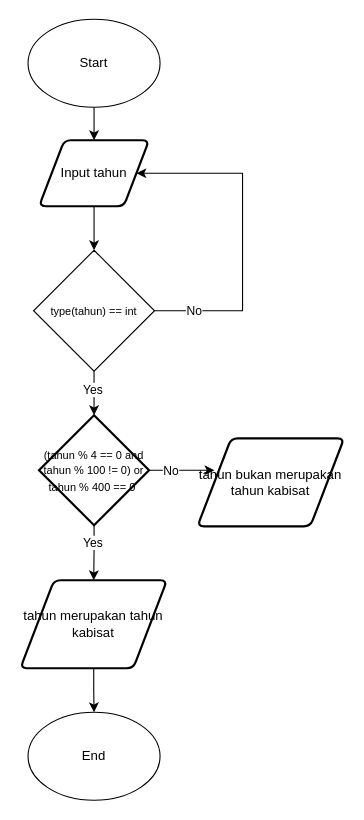
Above: flowchart/flowchart_POSTTEST3.drawio in MatchaTi/apd (draw.io), before the change. Source tidied: cells renumbered, new cells numbered last; positions are measured from the earlier drawing's top-left corner, leaving out a move shared by most shapes. Both pictures are drawn from the tidied source at 110%, with x=0, y=0 at pixel (20, 19).
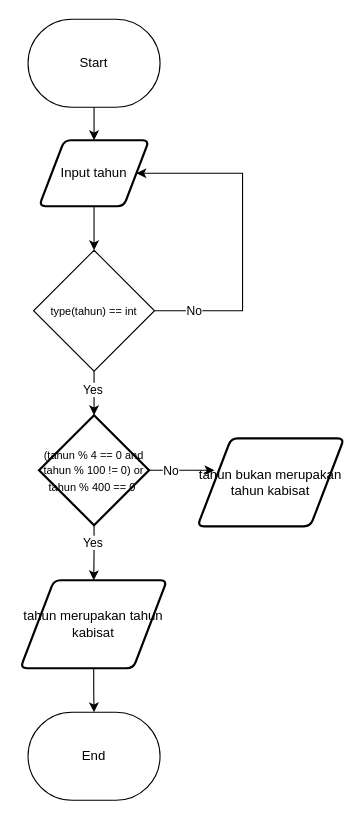
After the change.

Commit message:
chore : update posttest3 flowchart

Change to the diagram source:
```diff
@@
-    <mxCell id="3" value="Start" style="ellipse;whiteSpace=wrap;html=1;" parent="1" vertex="1">
+    <mxCell id="3" value="Start" style="whiteSpace=wrap;html=1;rounded=1;arcSize=50;" parent="1" vertex="1">
       <mxGeometry x="7" width="120" height="80" as="geometry" />
     </mxCell>
-    <mxCell id="4" value="End" style="ellipse;whiteSpace=wrap;html=1;" parent="1" vertex="1">
+    <mxCell id="4" value="End" style="whiteSpace=wrap;html=1;rounded=1;arcSize=50;" parent="1" vertex="1">
       <mxGeometry x="7" y="630" width="120" height="80" as="geometry" />
     </mxCell>
```
